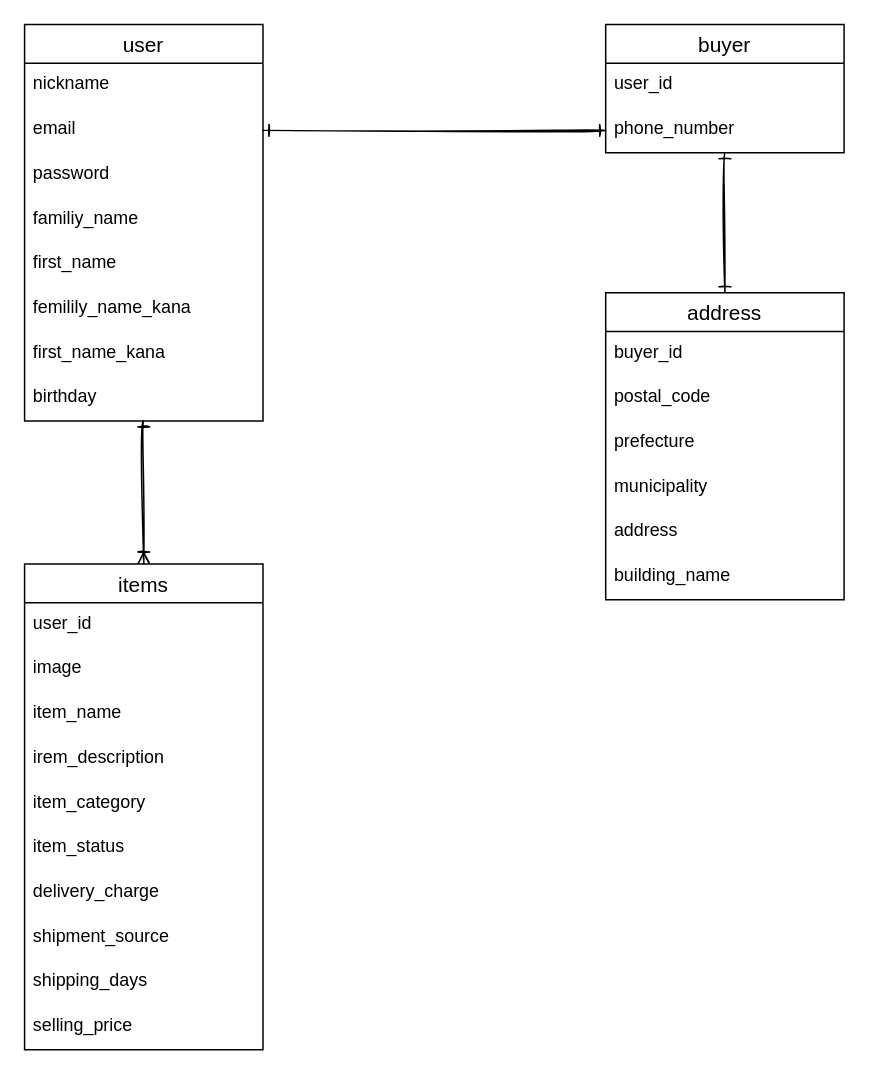
Earlier version of the draw.io diagram furima.dio (ShoMorita/furima-35574). Source tidied: cells renumbered, new cells numbered last; positions are measured from the earlier drawing's top-left corner, leaving out a move shared by most shapes. Both pictures are drawn from the tidied source at 149%, with x=0, y=0 at pixel (24, 24).
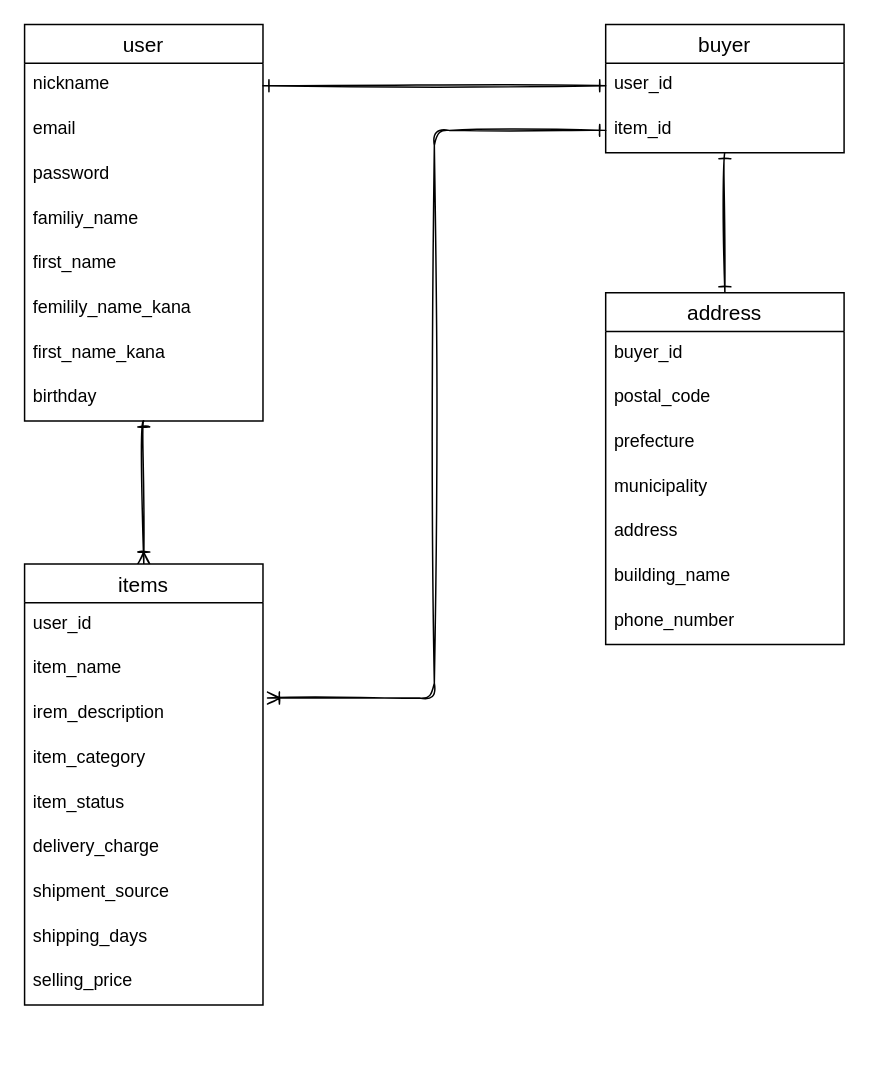
The same diagram, later.

The change refers to these unchanged cells:
```xml
<mxCell id="4" value="nickname" style="text;strokeColor=none;fillColor=none;spacingLeft=4;spacingRight=4;overflow=hidden;points=[[0,0.5],[1,0.5]];portConstraint=eastwest;fontSize=12;" parent="3" vertex="1">
  <mxGeometry y="26" width="160" height="30" as="geometry" />
</mxCell>
<mxCell id="5" value="email" style="text;strokeColor=none;fillColor=none;spacingLeft=4;spacingRight=4;overflow=hidden;points=[[0,0.5],[1,0.5]];portConstraint=eastwest;fontSize=12;" parent="3" vertex="1">
  <mxGeometry y="56" width="160" height="30" as="geometry" />
</mxCell>
<mxCell id="24" value="buyer" style="swimlane;fontStyle=0;horizontal=1;startSize=26;align=center;fontSize=14;" parent="1" vertex="1">
  <mxGeometry x="390" width="160" height="86" as="geometry" />
</mxCell>
<mxCell id="25" value="user_id" style="text;strokeColor=none;fillColor=none;spacingLeft=4;spacingRight=4;overflow=hidden;points=[[0,0.5],[1,0.5]];portConstraint=eastwest;fontSize=12;" parent="24" vertex="1">
  <mxGeometry y="26" width="160" height="30" as="geometry" />
</mxCell>
```

Change to the diagram source:
```diff
@@
     <mxCell id="12" value="items" style="swimlane;fontStyle=0;horizontal=1;startSize=26;align=center;fontSize=14;" parent="1" vertex="1">
-      <mxGeometry y="362" width="160" height="326" as="geometry" />
+      <mxGeometry y="362" width="160" height="296" as="geometry" />
     </mxCell>
@@
-    <mxCell id="14" value="image" style="text;strokeColor=none;fillColor=none;spacingLeft=4;spacingRight=4;overflow=hidden;fontSize=12;" parent="12" vertex="1">
-      <mxGeometry y="56" width="160" height="30" as="geometry" />
-    </mxCell>
     <mxCell id="15" value="item_name" style="text;strokeColor=none;fillColor=none;spacingLeft=4;spacingRight=4;overflow=hidden;fontSize=12;" parent="12" vertex="1">
-      <mxGeometry y="86" width="160" height="30" as="geometry" />
+      <mxGeometry y="56" width="160" height="30" as="geometry" />
     </mxCell>
     <mxCell id="16" value="irem_description" style="text;strokeColor=none;fillColor=none;spacingLeft=4;spacingRight=4;overflow=hidden;points=[[0,0.5],[1,0.5]];portConstraint=eastwest;fontSize=12;" parent="12" vertex="1">
-      <mxGeometry y="116" width="160" height="30" as="geometry" />
+      <mxGeometry y="86" width="160" height="30" as="geometry" />
     </mxCell>
     <mxCell id="17" value="item_category" style="text;strokeColor=none;fillColor=none;spacingLeft=4;spacingRight=4;overflow=hidden;fontSize=12;" parent="12" vertex="1">
-      <mxGeometry y="146" width="160" height="30" as="geometry" />
+      <mxGeometry y="116" width="160" height="30" as="geometry" />
     </mxCell>
     <mxCell id="18" value="item_status" style="text;strokeColor=none;fillColor=none;spacingLeft=4;spacingRight=4;overflow=hidden;fontSize=12;" parent="12" vertex="1">
-      <mxGeometry y="176" width="160" height="30" as="geometry" />
+      <mxGeometry y="146" width="160" height="30" as="geometry" />
     </mxCell>
     <mxCell id="19" value="delivery_charge " style="text;strokeColor=none;fillColor=none;spacingLeft=4;spacingRight=4;overflow=hidden;fontSize=12;" parent="12" vertex="1">
-      <mxGeometry y="206" width="160" height="30" as="geometry" />
+      <mxGeometry y="176" width="160" height="30" as="geometry" />
     </mxCell>
     <mxCell id="20" value="shipment_source" style="text;strokeColor=none;fillColor=none;spacingLeft=4;spacingRight=4;overflow=hidden;fontSize=12;" parent="12" vertex="1">
-      <mxGeometry y="236" width="160" height="30" as="geometry" />
+      <mxGeometry y="206" width="160" height="30" as="geometry" />
     </mxCell>
     <mxCell id="21" value="shipping_days " style="text;strokeColor=none;fillColor=none;spacingLeft=4;spacingRight=4;overflow=hidden;fontSize=12;" parent="12" vertex="1">
-      <mxGeometry y="266" width="160" height="30" as="geometry" />
+      <mxGeometry y="236" width="160" height="30" as="geometry" />
     </mxCell>
     <mxCell id="22" value="selling_price" style="text;strokeColor=none;fillColor=none;spacingLeft=4;spacingRight=4;overflow=hidden;fontSize=12;" parent="12" vertex="1">
-      <mxGeometry y="296" width="160" height="30" as="geometry" />
+      <mxGeometry y="266" width="160" height="30" as="geometry" />
     </mxCell>
@@
-    <mxCell id="26" value="phone_number" style="text;strokeColor=none;fillColor=none;spacingLeft=4;spacingRight=4;overflow=hidden;points=[[0,0.5],[1,0.5]];portConstraint=eastwest;fontSize=12;" parent="24" vertex="1">
+    <mxCell id="26" value="item_id" style="text;strokeColor=none;fillColor=none;spacingLeft=4;spacingRight=4;overflow=hidden;points=[[0,0.5],[1,0.5]];portConstraint=eastwest;fontSize=12;" parent="24" vertex="1">
       <mxGeometry y="56" width="160" height="30" as="geometry" />
     </mxCell>
-    <mxCell id="27" style="edgeStyle=orthogonalEdgeStyle;curved=1;rounded=1;sketch=1;jettySize=auto;html=1;entryX=1;entryY=0.5;entryDx=0;entryDy=0;startArrow=ERone;startFill=0;endArrow=ERone;endFill=0;strokeWidth=1;" parent="1" edge="1" source="26" target="5">
-      <mxGeometry relative="1" as="geometry" />
-    </mxCell>
     <mxCell id="28" value="address" style="swimlane;fontStyle=0;horizontal=1;startSize=26;align=center;fontSize=14;" parent="1" vertex="1">
-      <mxGeometry x="390" y="180" width="160" height="206" as="geometry" />
+      <mxGeometry x="390" y="180" width="160" height="236" as="geometry" />
     </mxCell>
@@
+    <mxCell id="35" value="phone_number" style="text;strokeColor=none;fillColor=none;spacingLeft=4;spacingRight=4;overflow=hidden;fontSize=12;" parent="28" vertex="1">
+      <mxGeometry y="206" width="160" height="30" as="geometry" />
+    </mxCell>
+    <mxCell id="36" style="edgeStyle=orthogonalEdgeStyle;rounded=1;sketch=1;jettySize=auto;html=1;entryX=1;entryY=0.5;entryDx=0;entryDy=0;startArrow=ERone;startFill=0;endArrow=ERone;endFill=0;strokeWidth=1;" parent="1" edge="1" source="25" target="4">
+      <mxGeometry relative="1" as="geometry" />
+    </mxCell>
+    <mxCell id="37" style="edgeStyle=orthogonalEdgeStyle;rounded=1;sketch=1;jettySize=auto;html=1;entryX=1.019;entryY=0.133;entryDx=0;entryDy=0;entryPerimeter=0;startArrow=ERone;startFill=0;endArrow=ERoneToMany;endFill=0;strokeWidth=1;" parent="1" edge="1" source="26" target="16">
+      <mxGeometry relative="1" as="geometry" />
+    </mxCell>
```
